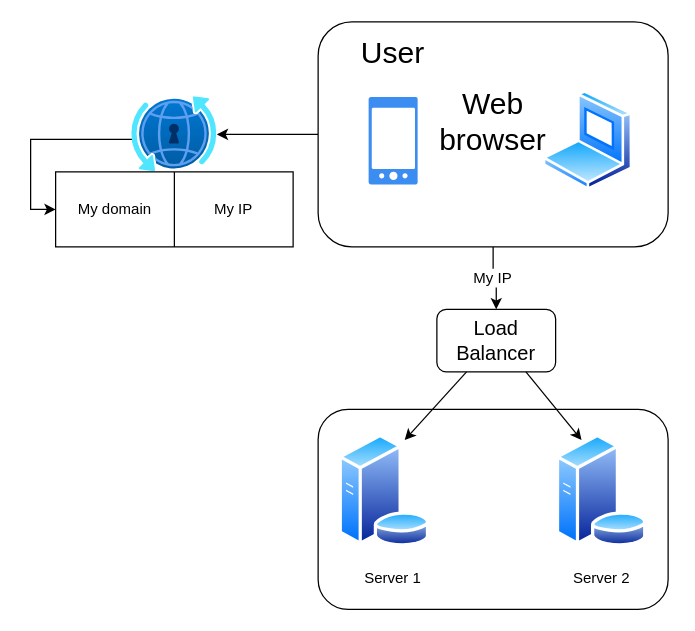
Earlier version of the draw.io diagram page "Load Balancer" (4 of 7) of Untitled Diagram.drawio (Donace-Project/.github). Source tidied: cells renumbered, new cells numbered last; positions are measured from the earlier drawing's top-left corner, leaving out a move shared by most shapes. Both pictures are drawn from the tidied source at 125%, with x=0, y=0 at pixel (30, 21).
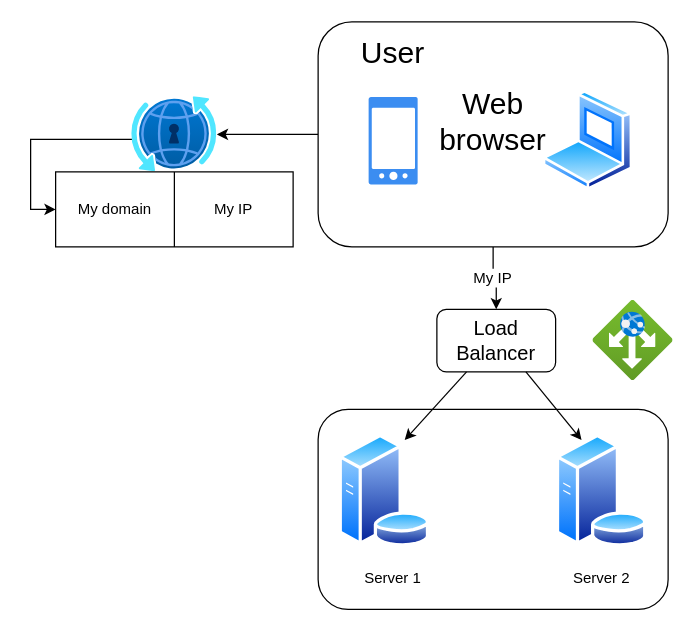
After the change.

Change to the diagram source:
```diff
@@
+    <mxCell id="24" style="image;html=1;align=center;fontSize=12;image=img/lib/azure2/networking/Application_Gateways.svg;" parent="1" vertex="1">
+      <mxGeometry x="450" y="223" width="64" height="64" as="geometry" />
+    </mxCell>
```
